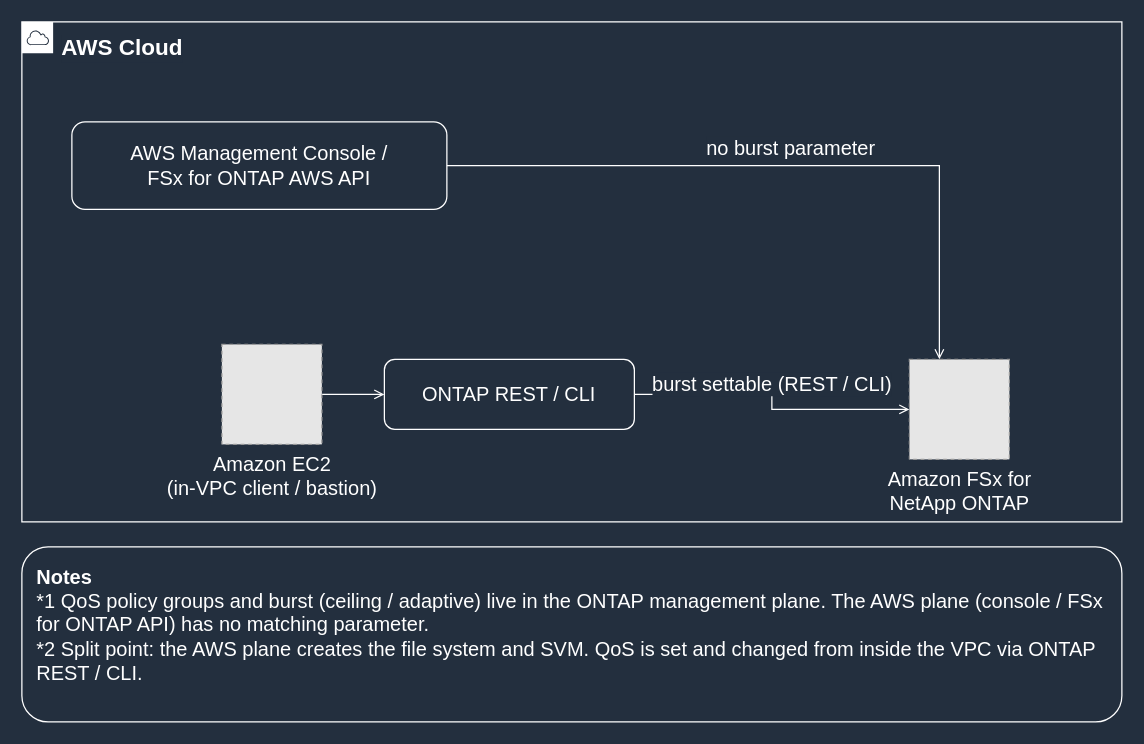
Before: docs/_assets/diagrams/qos-burst-two-plane-en-dark.drawio in Yoshiki0705/FSx-for-ONTAP-Adoption-Playbook, a draw.io diagram. Source tidied: cells renumbered, new cells numbered last; positions are measured from the earlier drawing's top-left corner, leaving out a move shared by most shapes. Both pictures are drawn from the tidied source at 125%, with x=0, y=0 at pixel (21, 21). Pictures stored in the file or linked from it are replaced by grey dashed boxes.
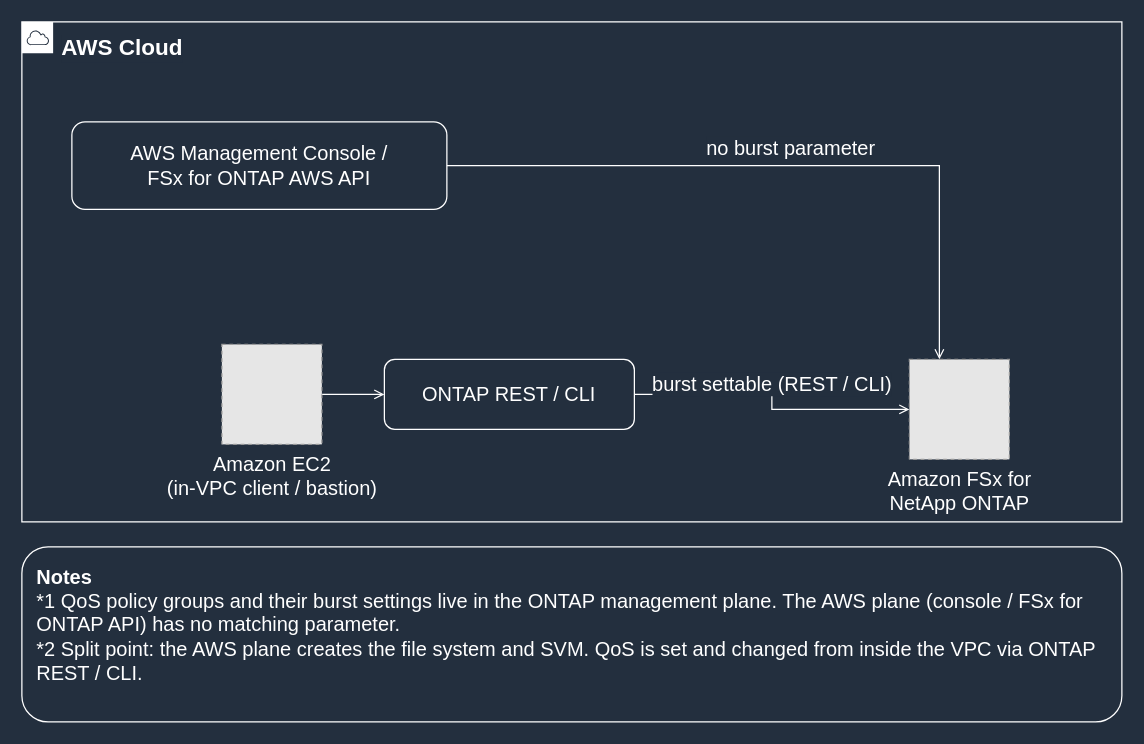
After the change.

Diff of the diagram source:
```diff
@@
 <mxGraphModel background="#232F3E">
   <root>
     <mxCell id="0" />
     <mxCell id="1" parent="0" />
     <mxCell id="2" value="no burst parameter" style="edgeStyle=orthogonalEdgeStyle;rounded=0;html=1;endArrow=open;endFill=0;strokeColor=#FFFFFF;strokeWidth=1;fontSize=16;fontColor=#FFFFFF;labelBackgroundColor=#232F3E;exitX=1.0;exitY=0.5;exitDx=0;exitDy=0;entryX=0.3;entryY=0.0;entryDx=0;entryDy=0;" parent="1" edge="1" source="6" target="9">
       <mxGeometry relative="1" as="geometry">
         <mxPoint y="-14" as="offset" />
       </mxGeometry>
     </mxCell>
     <mxCell id="3" style="edgeStyle=orthogonalEdgeStyle;rounded=0;html=1;endArrow=open;endFill=0;strokeColor=#FFFFFF;strokeWidth=1;fontSize=16;fontColor=#FFFFFF;labelBackgroundColor=#232F3E;exitX=1.0;exitY=0.5;exitDx=0;exitDy=0;entryX=0.0;entryY=0.5;entryDx=0;entryDy=0;" parent="1" edge="1" source="10" target="7">
       <mxGeometry relative="1" as="geometry" />
     </mxCell>
     <mxCell id="4" value="burst settable (REST / CLI)" style="edgeStyle=orthogonalEdgeStyle;rounded=0;html=1;endArrow=open;endFill=0;strokeColor=#FFFFFF;strokeWidth=1;fontSize=16;fontColor=#FFFFFF;labelBackgroundColor=#232F3E;exitX=1.0;exitY=0.5;exitDx=0;exitDy=0;entryX=0.0;entryY=0.5;entryDx=0;entryDy=0;" parent="1" edge="1" source="7" target="9">
       <mxGeometry relative="1" as="geometry">
         <mxPoint y="-14" as="offset" />
       </mxGeometry>
     </mxCell>
     <mxCell id="5" value="AWS Cloud" style="gradientColor=none;html=1;whiteSpace=wrap;fontSize=18;fontStyle=1;fontColor=#FFFFFF;shape=mxgraph.aws4.group;grIcon=mxgraph.aws4.group_aws_cloud;strokeColor=#FFFFFF;fillColor=none;verticalAlign=top;align=left;spacingLeft=30;spacingTop=4;dashed=0;labelBackgroundColor=#232F3E;" parent="1" vertex="1">
       <mxGeometry width="880" height="400" as="geometry" />
     </mxCell>
     <mxCell id="6" value="AWS Management Console /&lt;br&gt;FSx for ONTAP AWS API" style="rounded=1;whiteSpace=wrap;html=1;strokeColor=#FFFFFF;fillColor=none;fontColor=#FFFFFF;fontSize=16;verticalAlign=middle;align=center;" parent="1" vertex="1">
       <mxGeometry x="40" y="80" width="300" height="70" as="geometry" />
     </mxCell>
     <mxCell id="7" value="ONTAP REST / CLI" style="rounded=1;whiteSpace=wrap;html=1;strokeColor=#FFFFFF;fillColor=none;fontColor=#FFFFFF;fontSize=16;verticalAlign=middle;align=center;" parent="1" vertex="1">
       <mxGeometry x="290" y="270" width="200" height="56" as="geometry" />
     </mxCell>
-    <mxCell id="8" value="&lt;b&gt;Notes&lt;/b&gt;&lt;br&gt;*1 QoS policy groups and burst (ceiling / adaptive) live in the ONTAP management plane. The AWS plane (console / FSx for ONTAP API) has no matching parameter.&lt;br&gt;*2 Split point: the AWS plane creates the file system and SVM. QoS is set and changed from inside the VPC via ONTAP REST / CLI." style="rounded=1;whiteSpace=wrap;html=1;strokeColor=#FFFFFF;fillColor=none;fontColor=#FFFFFF;fontSize=16;verticalAlign=top;align=left;spacingLeft=10;spacingRight=10;spacingTop=8;" parent="1" vertex="1">
+    <mxCell id="8" value="&lt;b&gt;Notes&lt;/b&gt;&lt;br&gt;*1 QoS policy groups and their burst settings live in the ONTAP management plane. The AWS plane (console / FSx for ONTAP API) has no matching parameter.&lt;br&gt;*2 Split point: the AWS plane creates the file system and SVM. QoS is set and changed from inside the VPC via ONTAP REST / CLI." style="rounded=1;whiteSpace=wrap;html=1;strokeColor=#FFFFFF;fillColor=none;fontColor=#FFFFFF;fontSize=16;verticalAlign=top;align=left;spacingLeft=10;spacingRight=10;spacingTop=8;" parent="1" vertex="1">
       <mxGeometry y="420" width="880" height="140" as="geometry" />
     </mxCell>
     <mxCell id="9" value="Amazon FSx for&lt;br&gt;NetApp ONTAP" style="fillColor=#E6E6E6;strokeColor=#999999;dashed=1;html=1;verticalLabelPosition=bottom;verticalAlign=top;labelPosition=center;align=center;fontSize=16;fontColor=#FFFFFF;" parent="1" vertex="1">
       <mxGeometry x="710" y="270" width="80" height="80" as="geometry" />
     </mxCell>
     <mxCell id="10" value="Amazon EC2&lt;br&gt;(in-VPC client / bastion)" style="fillColor=#E6E6E6;strokeColor=#999999;dashed=1;html=1;verticalLabelPosition=bottom;verticalAlign=top;labelPosition=center;align=center;fontSize=16;fontColor=#FFFFFF;" parent="1" vertex="1">
       <mxGeometry x="160" y="258" width="80" height="80" as="geometry" />
     </mxCell>
   </root>
 </mxGraphModel>
```
